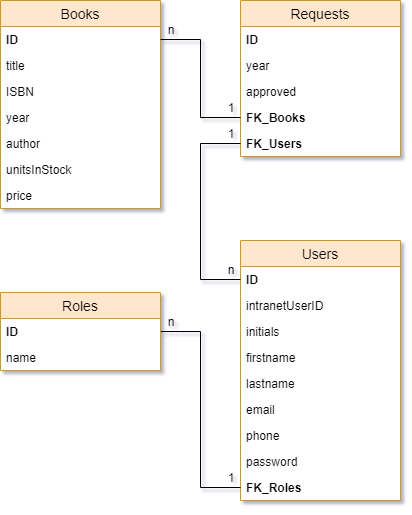
CPNV-ES/BooksUse keeps this draw.io diagram as doc/database/BookUse.png. Above is the earlier version. Source tidied: cells renumbered, new cells last; positions are measured from the earlier drawing's top-left corner, leaving out a move shared by most shapes. Its diagram source:
```xml
<mxGraphModel>
  <root>
    <mxCell id="0" />
    <mxCell id="1" parent="0" />
    <mxCell id="2" value="Books" style="swimlane;fontStyle=0;horizontal=1;startSize=26;fillColor=#ffe6cc;swimlaneFillColor=#ffffff;align=center;fontSize=14;strokeColor=#d79b00;" parent="1" vertex="1">
      <mxGeometry width="160" height="208" as="geometry" />
    </mxCell>
    <mxCell id="3" value="ID" style="text;strokeColor=none;fillColor=none;spacingLeft=4;spacingRight=4;overflow=hidden;points=[[0,0.5],[1,0.5]];portConstraint=eastwest;fontSize=12;fontStyle=1;" parent="2" vertex="1">
      <mxGeometry y="26" width="160" height="26" as="geometry" />
    </mxCell>
    <mxCell id="4" value="title" style="text;strokeColor=none;fillColor=none;spacingLeft=4;spacingRight=4;overflow=hidden;fontSize=12;" parent="2" vertex="1">
      <mxGeometry y="52" width="160" height="26" as="geometry" />
    </mxCell>
    <mxCell id="5" value="ISBN" style="text;strokeColor=none;fillColor=none;spacingLeft=4;spacingRight=4;overflow=hidden;fontSize=12;" parent="2" vertex="1">
      <mxGeometry y="78" width="160" height="26" as="geometry" />
    </mxCell>
    <mxCell id="6" value="year" style="text;strokeColor=none;fillColor=none;spacingLeft=4;spacingRight=4;overflow=hidden;fontSize=12;" parent="2" vertex="1">
      <mxGeometry y="104" width="160" height="26" as="geometry" />
    </mxCell>
    <mxCell id="7" value="author" style="text;strokeColor=none;fillColor=none;spacingLeft=4;spacingRight=4;overflow=hidden;fontSize=12;" parent="2" vertex="1">
      <mxGeometry y="130" width="160" height="26" as="geometry" />
    </mxCell>
    <mxCell id="8" value="unitsInStock" style="text;strokeColor=none;fillColor=none;spacingLeft=4;spacingRight=4;overflow=hidden;fontSize=12;" parent="2" vertex="1">
      <mxGeometry y="156" width="160" height="26" as="geometry" />
    </mxCell>
    <mxCell id="9" value="price" style="text;strokeColor=none;fillColor=none;spacingLeft=4;spacingRight=4;overflow=hidden;fontSize=12;" parent="2" vertex="1">
      <mxGeometry y="182" width="160" height="26" as="geometry" />
    </mxCell>
    <mxCell id="10" value="Users" style="swimlane;fontStyle=0;horizontal=1;startSize=26;fillColor=#ffe6cc;swimlaneFillColor=#ffffff;align=center;fontSize=14;strokeColor=#d79b00;" parent="1" vertex="1">
      <mxGeometry x="240" y="240" width="160" height="260" as="geometry" />
    </mxCell>
    <mxCell id="11" value="ID" style="text;strokeColor=none;fillColor=none;spacingLeft=4;spacingRight=4;overflow=hidden;points=[[0,0.5],[1,0.5]];portConstraint=eastwest;fontSize=12;fontStyle=1;" parent="10" vertex="1">
      <mxGeometry y="26" width="160" height="26" as="geometry" />
    </mxCell>
    <mxCell id="12" value="intranetUserID" style="text;strokeColor=none;fillColor=none;spacingLeft=4;spacingRight=4;overflow=hidden;fontSize=12;" parent="10" vertex="1">
      <mxGeometry y="52" width="160" height="26" as="geometry" />
    </mxCell>
    <mxCell id="13" value="initials" style="text;strokeColor=none;fillColor=none;spacingLeft=4;spacingRight=4;overflow=hidden;fontSize=12;" parent="10" vertex="1">
      <mxGeometry y="78" width="160" height="26" as="geometry" />
    </mxCell>
    <mxCell id="14" value="firstname" style="text;strokeColor=none;fillColor=none;spacingLeft=4;spacingRight=4;overflow=hidden;fontSize=12;" parent="10" vertex="1">
      <mxGeometry y="104" width="160" height="26" as="geometry" />
    </mxCell>
    <mxCell id="15" value="lastname" style="text;strokeColor=none;fillColor=none;spacingLeft=4;spacingRight=4;overflow=hidden;fontSize=12;" parent="10" vertex="1">
      <mxGeometry y="130" width="160" height="26" as="geometry" />
    </mxCell>
    <mxCell id="16" value="email" style="text;strokeColor=none;fillColor=none;spacingLeft=4;spacingRight=4;overflow=hidden;fontSize=12;" parent="10" vertex="1">
      <mxGeometry y="156" width="160" height="26" as="geometry" />
    </mxCell>
    <mxCell id="17" value="phone" style="text;strokeColor=none;fillColor=none;spacingLeft=4;spacingRight=4;overflow=hidden;fontSize=12;" parent="10" vertex="1">
      <mxGeometry y="182" width="160" height="26" as="geometry" />
    </mxCell>
    <mxCell id="18" value="password" style="text;strokeColor=none;fillColor=none;spacingLeft=4;spacingRight=4;overflow=hidden;fontSize=12;" parent="10" vertex="1">
      <mxGeometry y="208" width="160" height="26" as="geometry" />
    </mxCell>
    <mxCell id="19" value="FK_Roles" style="text;strokeColor=none;fillColor=none;spacingLeft=4;spacingRight=4;overflow=hidden;points=[[0,0.5],[1,0.5]];portConstraint=eastwest;fontSize=12;fontStyle=1;" parent="10" vertex="1">
      <mxGeometry y="234" width="160" height="26" as="geometry" />
    </mxCell>
    <mxCell id="20" style="edgeStyle=orthogonalEdgeStyle;rounded=0;jettySize=auto;html=1;entryX=0;entryY=0.5;entryDx=0;entryDy=0;exitX=1;exitY=0.5;exitDx=0;exitDy=0;endArrow=none;endFill=0;startArrow=none;startFill=0;" parent="1" edge="1" source="22" target="19">
      <mxGeometry relative="1" as="geometry" />
    </mxCell>
    <mxCell id="21" value="Roles" style="swimlane;fontStyle=0;horizontal=1;startSize=26;fillColor=#ffe6cc;swimlaneFillColor=#ffffff;align=center;fontSize=14;strokeColor=#d79b00;" parent="1" vertex="1">
      <mxGeometry y="292" width="160" height="78" as="geometry" />
    </mxCell>
    <mxCell id="22" value="ID" style="text;strokeColor=none;fillColor=none;spacingLeft=4;spacingRight=4;overflow=hidden;points=[[0,0.5],[1,0.5]];portConstraint=eastwest;fontSize=12;fontStyle=1;" parent="21" vertex="1">
      <mxGeometry y="26" width="160" height="26" as="geometry" />
    </mxCell>
    <mxCell id="23" value="name" style="text;strokeColor=none;fillColor=none;spacingLeft=4;spacingRight=4;overflow=hidden;fontSize=12;" parent="21" vertex="1">
      <mxGeometry y="52" width="160" height="26" as="geometry" />
    </mxCell>
    <mxCell id="24" value="Requests" style="swimlane;fontStyle=0;horizontal=1;startSize=26;fillColor=#ffe6cc;swimlaneFillColor=#ffffff;align=center;fontSize=14;strokeColor=#d79b00;gradientColor=none;" parent="1" vertex="1">
      <mxGeometry x="240" width="160" height="156" as="geometry" />
    </mxCell>
    <mxCell id="25" value="ID" style="text;strokeColor=none;fillColor=none;spacingLeft=4;spacingRight=4;overflow=hidden;fontSize=12;fontStyle=1;" parent="24" vertex="1">
      <mxGeometry y="26" width="160" height="26" as="geometry" />
    </mxCell>
    <mxCell id="26" value="year" style="text;strokeColor=none;fillColor=none;spacingLeft=4;spacingRight=4;overflow=hidden;fontSize=12;" parent="24" vertex="1">
      <mxGeometry y="52" width="160" height="26" as="geometry" />
    </mxCell>
    <mxCell id="27" value="approved" style="text;strokeColor=none;fillColor=none;spacingLeft=4;spacingRight=4;overflow=hidden;fontSize=12;" parent="24" vertex="1">
      <mxGeometry y="78" width="160" height="26" as="geometry" />
    </mxCell>
    <mxCell id="28" value="FK_Books" style="text;strokeColor=none;fillColor=none;spacingLeft=4;spacingRight=4;overflow=hidden;points=[[0,0.5],[1,0.5]];portConstraint=eastwest;fontSize=12;fontStyle=1;" parent="24" vertex="1">
      <mxGeometry y="104" width="160" height="26" as="geometry" />
    </mxCell>
    <mxCell id="29" value="FK_Users" style="text;strokeColor=none;fillColor=none;spacingLeft=4;spacingRight=4;overflow=hidden;points=[[0,0.5],[1,0.5]];portConstraint=eastwest;fontSize=12;fontStyle=1;" parent="24" vertex="1">
      <mxGeometry y="130" width="160" height="26" as="geometry" />
    </mxCell>
    <mxCell id="30" style="edgeStyle=orthogonalEdgeStyle;rounded=0;jettySize=auto;html=1;exitX=0;exitY=0.5;exitDx=0;exitDy=0;entryX=1;entryY=0.5;entryDx=0;entryDy=0;startArrow=none;startFill=0;endArrow=none;endFill=0;" parent="1" edge="1" source="28" target="3">
      <mxGeometry relative="1" as="geometry" />
    </mxCell>
    <mxCell id="31" style="edgeStyle=orthogonalEdgeStyle;rounded=0;jettySize=auto;html=1;exitX=0;exitY=0.5;exitDx=0;exitDy=0;entryX=0;entryY=0.5;entryDx=0;entryDy=0;startArrow=none;startFill=0;endArrow=none;endFill=0;" parent="1" edge="1" source="29" target="11">
      <mxGeometry relative="1" as="geometry">
        <Array as="points">
          <mxPoint x="200" y="143" />
          <mxPoint x="200" y="279" />
        </Array>
      </mxGeometry>
    </mxCell>
    <mxCell id="32" value="n" style="text;html=1;strokeColor=none;fillColor=none;align=center;verticalAlign=middle;whiteSpace=wrap;rounded=0;" parent="1" vertex="1">
      <mxGeometry x="160" y="19" width="20" height="20" as="geometry" />
    </mxCell>
    <mxCell id="33" value="n" style="text;html=1;strokeColor=none;fillColor=none;align=center;verticalAlign=middle;whiteSpace=wrap;rounded=0;" parent="1" vertex="1">
      <mxGeometry x="220" y="259" width="20" height="20" as="geometry" />
    </mxCell>
    <mxCell id="34" value="n" style="text;html=1;strokeColor=none;fillColor=none;align=center;verticalAlign=middle;whiteSpace=wrap;rounded=0;" parent="1" vertex="1">
      <mxGeometry x="160" y="311" width="20" height="20" as="geometry" />
    </mxCell>
    <mxCell id="35" value="1" style="text;html=1;strokeColor=none;fillColor=none;align=center;verticalAlign=middle;whiteSpace=wrap;rounded=0;" parent="1" vertex="1">
      <mxGeometry x="220" y="97" width="20" height="20" as="geometry" />
    </mxCell>
    <mxCell id="36" value="1" style="text;html=1;strokeColor=none;fillColor=none;align=center;verticalAlign=middle;whiteSpace=wrap;rounded=0;" parent="1" vertex="1">
      <mxGeometry x="220" y="123" width="20" height="20" as="geometry" />
    </mxCell>
    <mxCell id="37" value="1" style="text;html=1;strokeColor=none;fillColor=none;align=center;verticalAlign=middle;whiteSpace=wrap;rounded=0;" parent="1" vertex="1">
      <mxGeometry x="220" y="467" width="20" height="20" as="geometry" />
    </mxCell>
  </root>
</mxGraphModel>
```
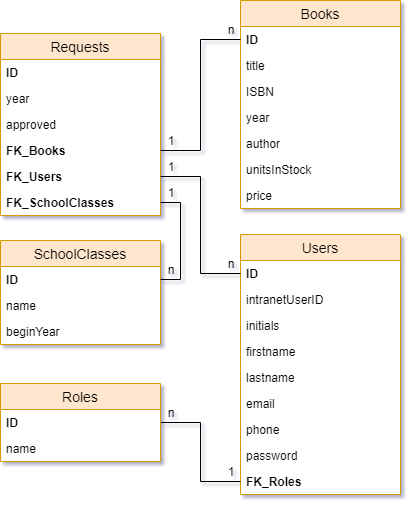
After the change.

Commit message:
Update diagram database

Diff of the diagram source:
```diff
@@ -3,7 +3,7 @@
     <mxCell id="0" />
     <mxCell id="1" parent="0" />
     <mxCell id="2" value="Books" style="swimlane;fontStyle=0;horizontal=1;startSize=26;fillColor=#ffe6cc;swimlaneFillColor=#ffffff;align=center;fontSize=14;strokeColor=#d79b00;" parent="1" vertex="1">
-      <mxGeometry width="160" height="208" as="geometry" />
+      <mxGeometry x="240" y="6" width="160" height="208" as="geometry" />
     </mxCell>
     <mxCell id="3" value="ID" style="text;strokeColor=none;fillColor=none;spacingLeft=4;spacingRight=4;overflow=hidden;points=[[0,0.5],[1,0.5]];portConstraint=eastwest;fontSize=12;fontStyle=1;" parent="2" vertex="1">
       <mxGeometry y="26" width="160" height="26" as="geometry" />
@@ -60,7 +60,7 @@
       <mxGeometry relative="1" as="geometry" />
     </mxCell>
     <mxCell id="21" value="Roles" style="swimlane;fontStyle=0;horizontal=1;startSize=26;fillColor=#ffe6cc;swimlaneFillColor=#ffffff;align=center;fontSize=14;strokeColor=#d79b00;" parent="1" vertex="1">
-      <mxGeometry y="292" width="160" height="78" as="geometry" />
+      <mxGeometry y="389" width="160" height="78" as="geometry" />
     </mxCell>
     <mxCell id="22" value="ID" style="text;strokeColor=none;fillColor=none;spacingLeft=4;spacingRight=4;overflow=hidden;points=[[0,0.5],[1,0.5]];portConstraint=eastwest;fontSize=12;fontStyle=1;" parent="21" vertex="1">
       <mxGeometry y="26" width="160" height="26" as="geometry" />
@@ -69,7 +69,7 @@
       <mxGeometry y="52" width="160" height="26" as="geometry" />
     </mxCell>
     <mxCell id="24" value="Requests" style="swimlane;fontStyle=0;horizontal=1;startSize=26;fillColor=#ffe6cc;swimlaneFillColor=#ffffff;align=center;fontSize=14;strokeColor=#d79b00;gradientColor=none;" parent="1" vertex="1">
-      <mxGeometry x="240" width="160" height="156" as="geometry" />
+      <mxGeometry y="39" width="160" height="182" as="geometry" />
     </mxCell>
     <mxCell id="25" value="ID" style="text;strokeColor=none;fillColor=none;spacingLeft=4;spacingRight=4;overflow=hidden;fontSize=12;fontStyle=1;" parent="24" vertex="1">
       <mxGeometry y="26" width="160" height="26" as="geometry" />
@@ -86,34 +86,58 @@
     <mxCell id="29" value="FK_Users" style="text;strokeColor=none;fillColor=none;spacingLeft=4;spacingRight=4;overflow=hidden;points=[[0,0.5],[1,0.5]];portConstraint=eastwest;fontSize=12;fontStyle=1;" parent="24" vertex="1">
       <mxGeometry y="130" width="160" height="26" as="geometry" />
     </mxCell>
+    <mxCell id="38" value="FK_SchoolClasses" style="text;strokeColor=none;fillColor=none;spacingLeft=4;spacingRight=4;overflow=hidden;points=[[0,0.5],[1,0.5]];portConstraint=eastwest;fontSize=12;fontStyle=1;" parent="24" vertex="1">
+      <mxGeometry y="156" width="160" height="26" as="geometry" />
+    </mxCell>
-    <mxCell id="30" style="edgeStyle=orthogonalEdgeStyle;rounded=0;jettySize=auto;html=1;exitX=0;exitY=0.5;exitDx=0;exitDy=0;entryX=1;entryY=0.5;entryDx=0;entryDy=0;startArrow=none;startFill=0;endArrow=none;endFill=0;" parent="1" edge="1" source="28" target="3">
+    <mxCell id="30" style="edgeStyle=orthogonalEdgeStyle;rounded=0;jettySize=auto;html=1;exitX=1;exitY=0.5;exitDx=0;exitDy=0;entryX=0;entryY=0.5;entryDx=0;entryDy=0;startArrow=none;startFill=0;endArrow=none;endFill=0;" parent="1" edge="1" source="28" target="3">
       <mxGeometry relative="1" as="geometry" />
     </mxCell>
-    <mxCell id="31" style="edgeStyle=orthogonalEdgeStyle;rounded=0;jettySize=auto;html=1;exitX=0;exitY=0.5;exitDx=0;exitDy=0;entryX=0;entryY=0.5;entryDx=0;entryDy=0;startArrow=none;startFill=0;endArrow=none;endFill=0;" parent="1" edge="1" source="29" target="11">
+    <mxCell id="31" style="edgeStyle=orthogonalEdgeStyle;rounded=0;jettySize=auto;html=1;exitX=1;exitY=0.5;exitDx=0;exitDy=0;entryX=0;entryY=0.5;entryDx=0;entryDy=0;startArrow=none;startFill=0;endArrow=none;endFill=0;" parent="1" edge="1" source="29" target="11">
       <mxGeometry relative="1" as="geometry">
         <Array as="points">
-          <mxPoint x="200" y="143" />
+          <mxPoint x="200" y="182" />
           <mxPoint x="200" y="279" />
         </Array>
       </mxGeometry>
     </mxCell>
-    <mxCell id="32" value="n" style="text;html=1;strokeColor=none;fillColor=none;align=center;verticalAlign=middle;whiteSpace=wrap;rounded=0;" parent="1" vertex="1">
-      <mxGeometry x="160" y="19" width="20" height="20" as="geometry" />
-    </mxCell>
     <mxCell id="33" value="n" style="text;html=1;strokeColor=none;fillColor=none;align=center;verticalAlign=middle;whiteSpace=wrap;rounded=0;" parent="1" vertex="1">
       <mxGeometry x="220" y="259" width="20" height="20" as="geometry" />
     </mxCell>
     <mxCell id="34" value="n" style="text;html=1;strokeColor=none;fillColor=none;align=center;verticalAlign=middle;whiteSpace=wrap;rounded=0;" parent="1" vertex="1">
-      <mxGeometry x="160" y="311" width="20" height="20" as="geometry" />
+      <mxGeometry x="160" y="408" width="20" height="20" as="geometry" />
     </mxCell>
-    <mxCell id="35" value="1" style="text;html=1;strokeColor=none;fillColor=none;align=center;verticalAlign=middle;whiteSpace=wrap;rounded=0;" parent="1" vertex="1">
-      <mxGeometry x="220" y="97" width="20" height="20" as="geometry" />
-    </mxCell>
-    <mxCell id="36" value="1" style="text;html=1;strokeColor=none;fillColor=none;align=center;verticalAlign=middle;whiteSpace=wrap;rounded=0;" parent="1" vertex="1">
-      <mxGeometry x="220" y="123" width="20" height="20" as="geometry" />
-    </mxCell>
     <mxCell id="37" value="1" style="text;html=1;strokeColor=none;fillColor=none;align=center;verticalAlign=middle;whiteSpace=wrap;rounded=0;" parent="1" vertex="1">
       <mxGeometry x="220" y="467" width="20" height="20" as="geometry" />
     </mxCell>
+    <mxCell id="39" value="SchoolClasses" style="swimlane;fontStyle=0;horizontal=1;startSize=26;fillColor=#ffe6cc;swimlaneFillColor=#ffffff;align=center;fontSize=14;strokeColor=#d79b00;" parent="1" vertex="1">
+      <mxGeometry y="246" width="160" height="104" as="geometry" />
+    </mxCell>
+    <mxCell id="40" value="ID" style="text;strokeColor=none;fillColor=none;spacingLeft=4;spacingRight=4;overflow=hidden;points=[[0,0.5],[1,0.5]];portConstraint=eastwest;fontSize=12;fontStyle=1;" parent="39" vertex="1">
+      <mxGeometry y="26" width="160" height="26" as="geometry" />
+    </mxCell>
+    <mxCell id="41" value="name" style="text;strokeColor=none;fillColor=none;spacingLeft=4;spacingRight=4;overflow=hidden;fontSize=12;" parent="39" vertex="1">
+      <mxGeometry y="52" width="160" height="26" as="geometry" />
+    </mxCell>
+    <mxCell id="42" value="beginYear" style="text;strokeColor=none;fillColor=none;spacingLeft=4;spacingRight=4;overflow=hidden;fontSize=12;" parent="39" vertex="1">
+      <mxGeometry y="78" width="160" height="26" as="geometry" />
+    </mxCell>
+    <mxCell id="43" value="n" style="text;html=1;strokeColor=none;fillColor=none;align=center;verticalAlign=middle;whiteSpace=wrap;rounded=0;" parent="1" vertex="1">
+      <mxGeometry x="160" y="265" width="20" height="20" as="geometry" />
+    </mxCell>
+    <mxCell id="44" style="edgeStyle=orthogonalEdgeStyle;rounded=0;jettySize=auto;html=1;exitX=1;exitY=0.5;exitDx=0;exitDy=0;entryX=1;entryY=0.5;entryDx=0;entryDy=0;startArrow=none;startFill=0;endArrow=none;endFill=0;" parent="1" edge="1" source="38" target="40">
+      <mxGeometry relative="1" as="geometry" />
+    </mxCell>
+    <mxCell id="45" value="n" style="text;html=1;strokeColor=none;fillColor=none;align=center;verticalAlign=middle;whiteSpace=wrap;rounded=0;" parent="1" vertex="1">
+      <mxGeometry x="220" y="25" width="20" height="20" as="geometry" />
+    </mxCell>
+    <mxCell id="46" value="1" style="text;html=1;strokeColor=none;fillColor=none;align=center;verticalAlign=middle;whiteSpace=wrap;rounded=0;" parent="1" vertex="1">
+      <mxGeometry x="160" y="188" width="20" height="20" as="geometry" />
+    </mxCell>
+    <mxCell id="47" value="1" style="text;html=1;strokeColor=none;fillColor=none;align=center;verticalAlign=middle;whiteSpace=wrap;rounded=0;" parent="1" vertex="1">
+      <mxGeometry x="160" y="162" width="20" height="20" as="geometry" />
+    </mxCell>
+    <mxCell id="48" value="1" style="text;html=1;strokeColor=none;fillColor=none;align=center;verticalAlign=middle;whiteSpace=wrap;rounded=0;" parent="1" vertex="1">
+      <mxGeometry x="160" y="136" width="20" height="20" as="geometry" />
+    </mxCell>
   </root>
 </mxGraphModel>
```
